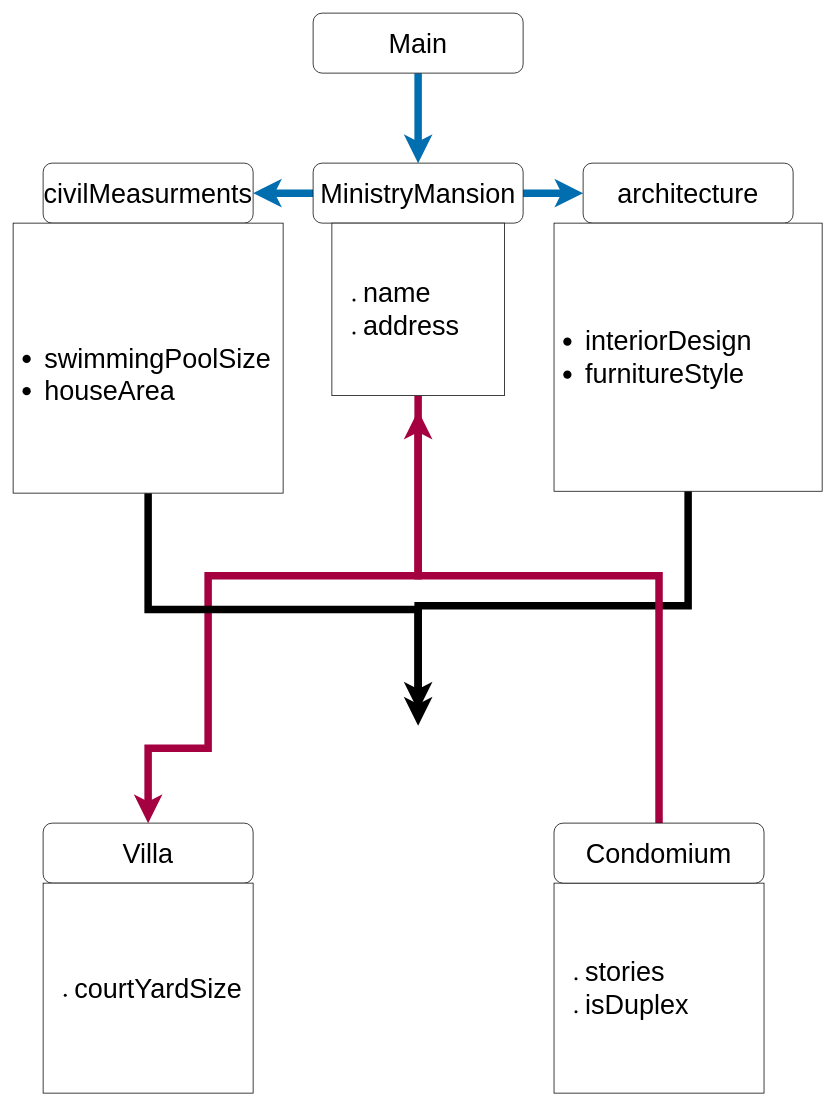
The draw.io diagram Ministry Mansion.drawio in thomasmartin1783/Sketch, before the edit. Source tidied: cells renumbered, new cells numbered last; positions are measured from the earlier drawing's top-left corner, leaving out a move shared by most shapes. Both pictures are drawn from the tidied source at 75%, with x=0, y=0 at pixel (13, 13).
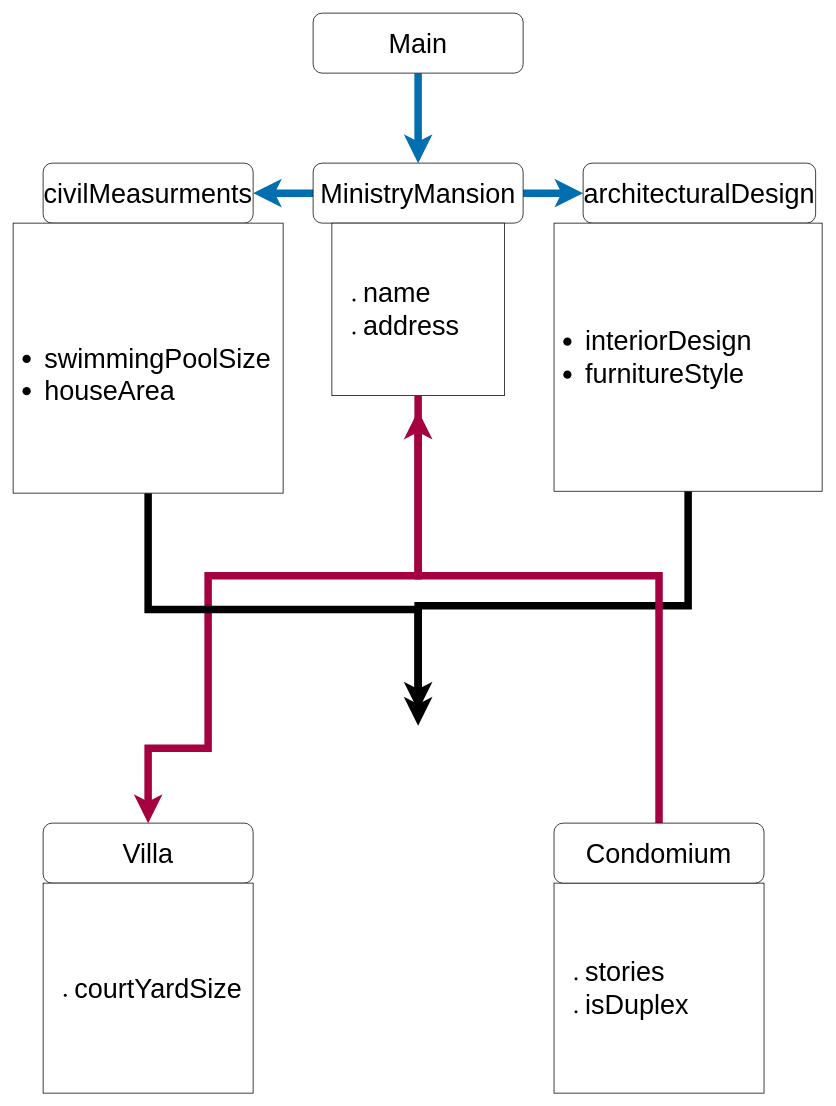
Above is the later version.

What changed in the source:
```diff
@@
-    <mxCell id="8" value="&lt;span style=&quot;font-size: 36px&quot;&gt;architecture&lt;/span&gt;" style="rounded=1;whiteSpace=wrap;html=1;" parent="1" vertex="1">
-      <mxGeometry x="760" y="200" width="280" height="80" as="geometry" />
+    <mxCell id="8" value="&lt;span style=&quot;font-size: 36px&quot;&gt;architecturalDesign&lt;/span&gt;" style="rounded=1;whiteSpace=wrap;html=1;" parent="1" vertex="1">
+      <mxGeometry x="760" y="200" width="310" height="80" as="geometry" />
     </mxCell>
```
